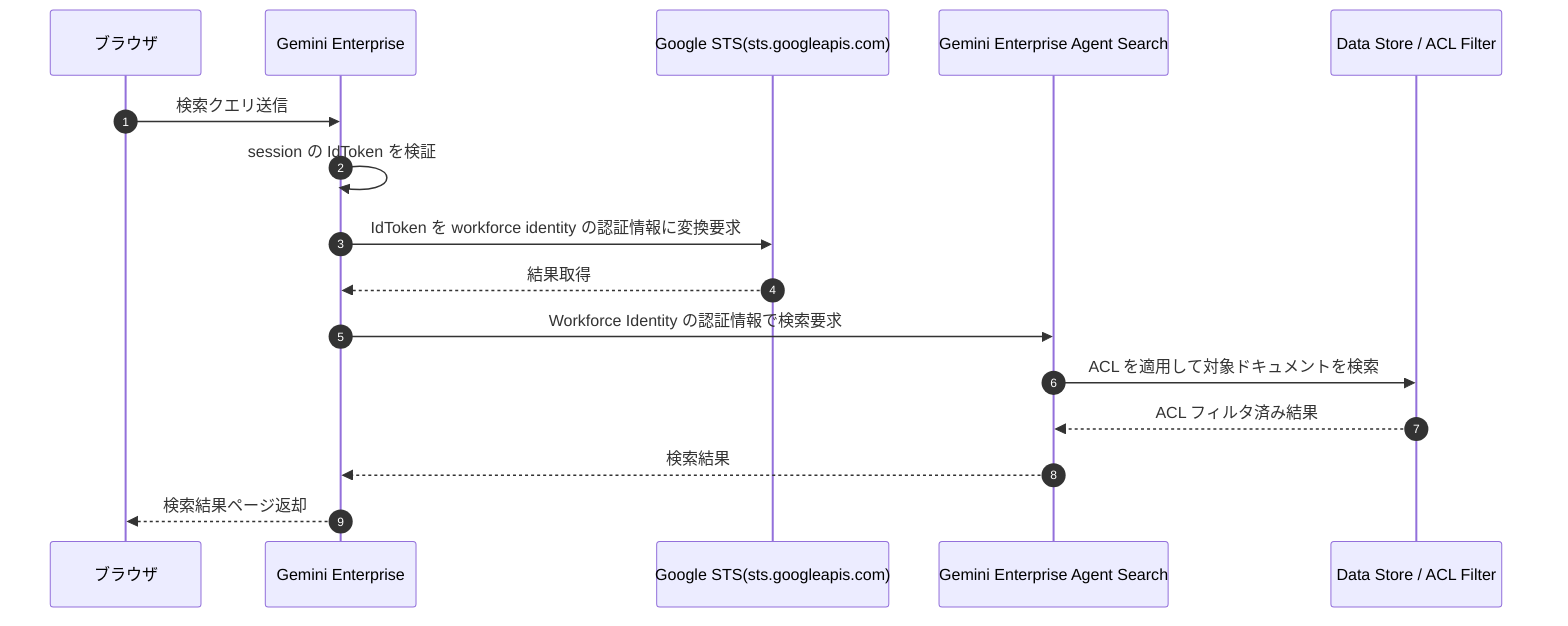
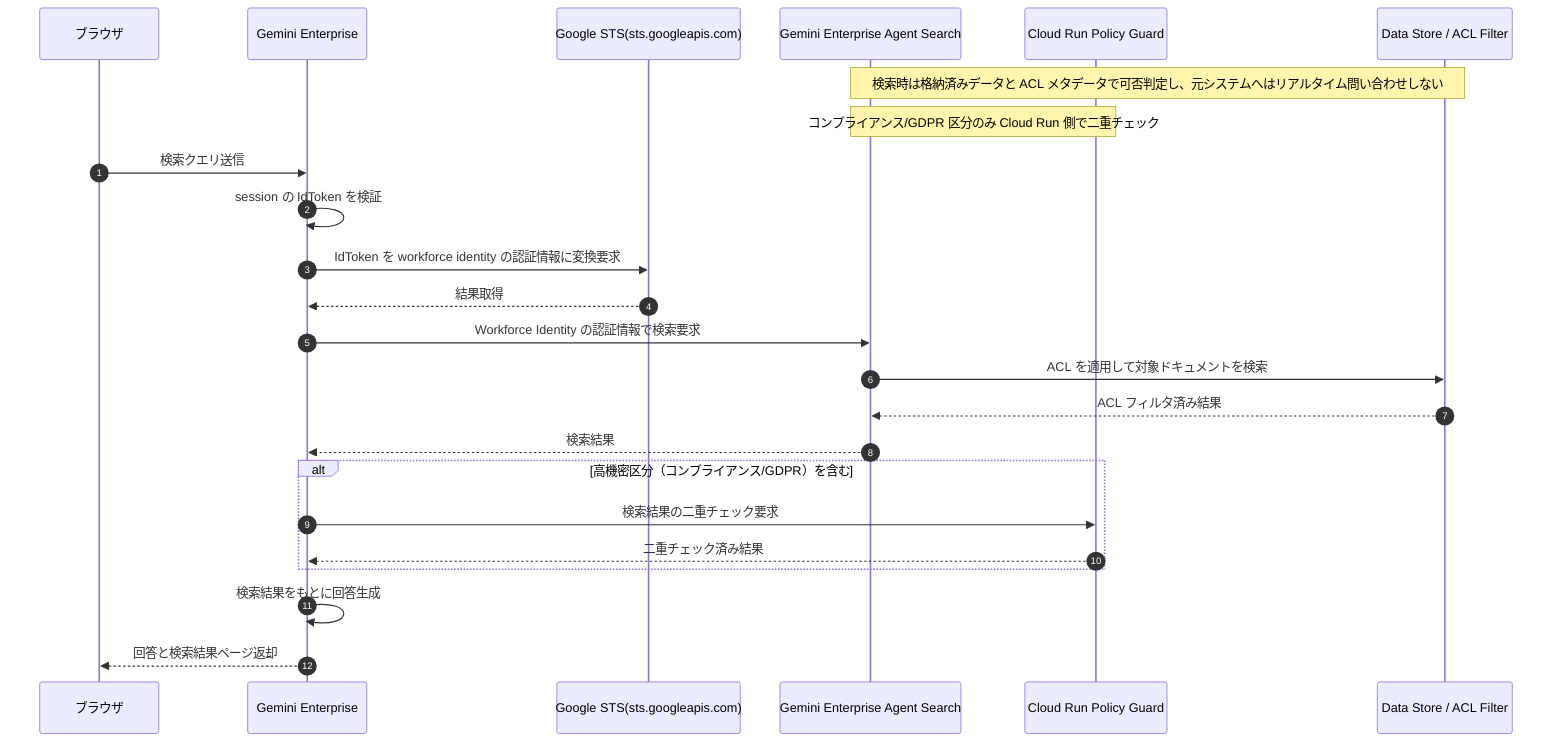
sequenceDiagram
    autonumber
    participant Browser as ブラウザ
    participant Gemini as Gemini Enterprise
    participant STS as Google STS(sts.googleapis.com)
    participant AgentSearch as Gemini Enterprise Agent Search
+     participant PolicyGuard as Cloud Run Policy Guard
    participant DataStore as Data Store / ACL Filter
+ 
+     Note over AgentSearch,DataStore: 検索時は格納済みデータと ACL メタデータで可否判定し、元システムへはリアルタイム問い合わせしない
+     Note over AgentSearch,PolicyGuard: コンプライアンス/GDPR 区分のみ Cloud Run 側で二重チェック

    Browser->>Gemini: 検索クエリ送信
    Gemini->>Gemini: session の IdToken を検証
    Gemini->>STS: IdToken を workforce identity の認証情報に変換要求
    STS-->>Gemini: 結果取得
    Gemini->>AgentSearch: Workforce Identity の認証情報で検索要求
    AgentSearch->>DataStore: ACL を適用して対象ドキュメントを検索
    DataStore-->>AgentSearch: ACL フィルタ済み結果
    AgentSearch-->>Gemini: 検索結果
-     Gemini-->>Browser: 検索結果ページ返却+     alt 高機密区分（コンプライアンス/GDPR）を含む
+         Gemini->>PolicyGuard: 検索結果の二重チェック要求
+         PolicyGuard-->>Gemini: 二重チェック済み結果
+     end
+     Gemini->>Gemini: 検索結果をもとに回答生成
+     Gemini-->>Browser: 回答と検索結果ページ返却